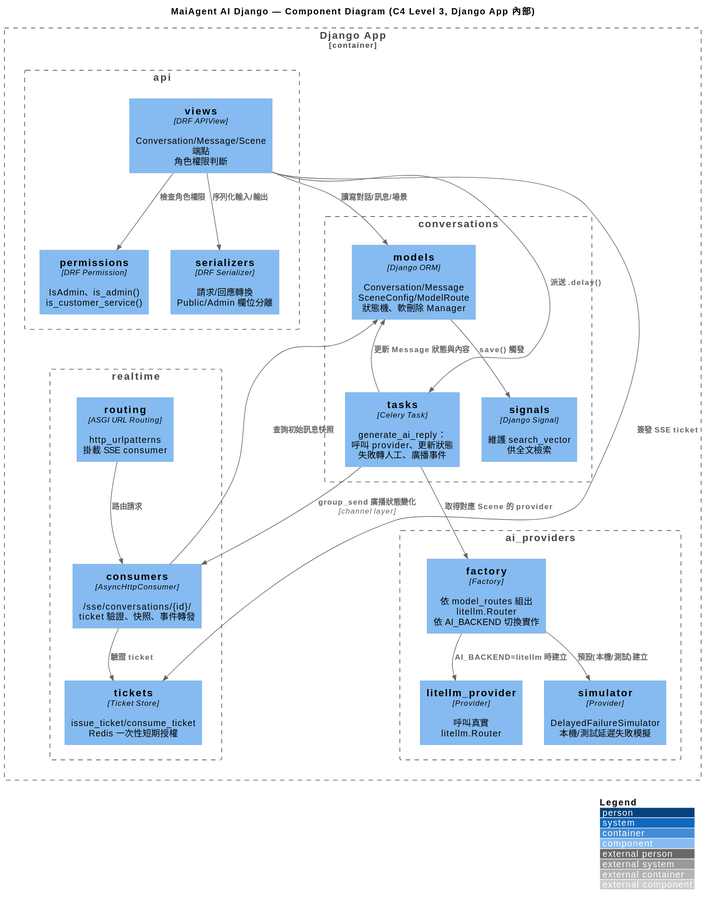
Before: docs/architecture/component.svg, a diagram exported from PlantUML (KScaesar/MaiAgent2026).
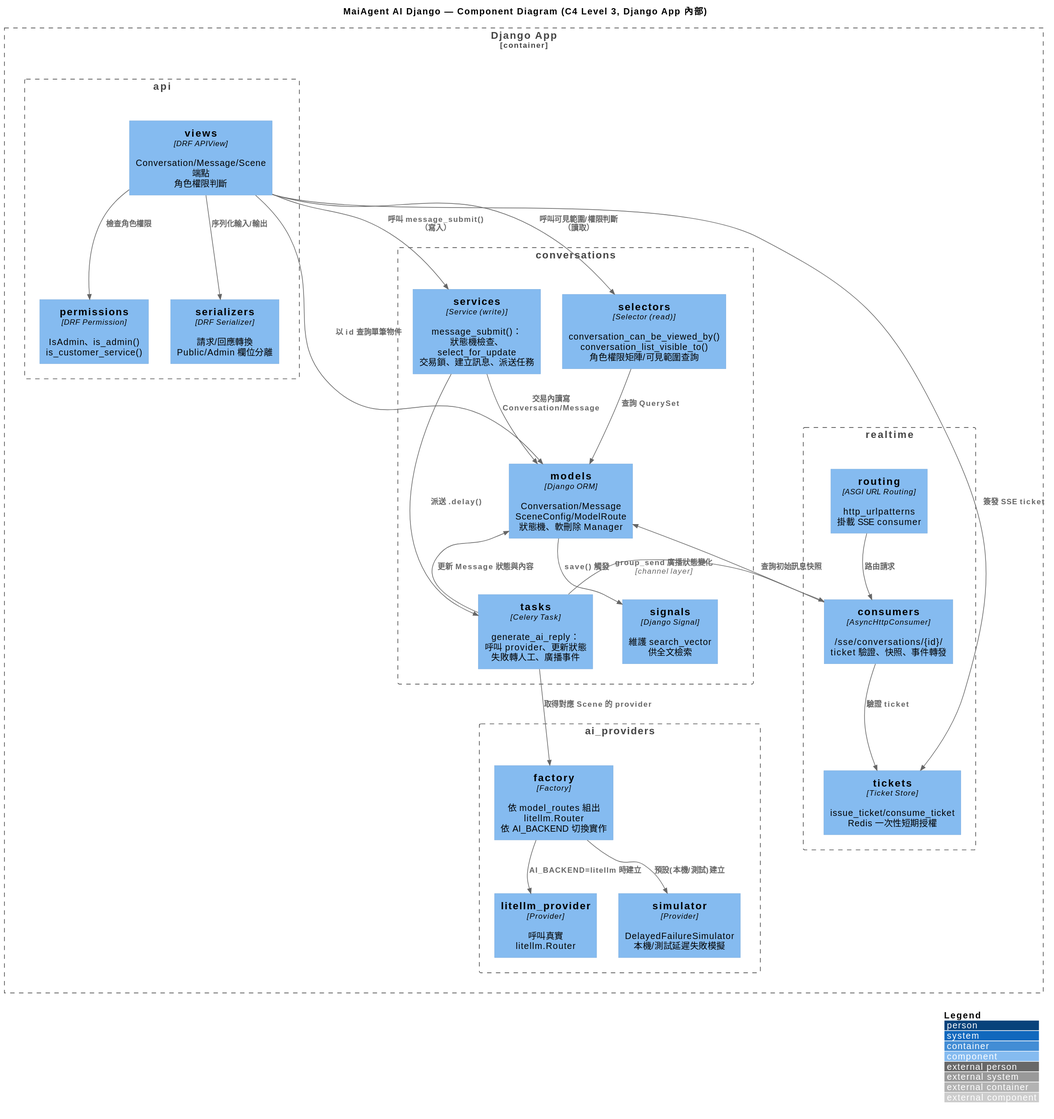
After the commit.

Commit message:
refactor(conversations): extract services/selectors per HackSoft styleguide

The edit, as a diff of the source:
```diff
@@ -15,6 +15,8 @@
     }
 
     Boundary(convPkg, "conversations") {
+        Component(convServices, "services", "Service (write)", "message_submit()：\n狀態機檢查、select_for_update\n交易鎖、建立訊息、派送任務")
+        Component(convSelectors, "selectors", "Selector (read)", "conversation_can_be_viewed_by()\nconversation_list_visible_to()\n角色權限矩陣/可見範圍查詢")
         Component(convSignals, "signals", "Django Signal", "維護 search_vector\n供全文檢索")
         Component(convModels, "models", "Django ORM", "Conversation/Message\nSceneConfig/ModelRoute\n狀態機、軟刪除 Manager")
         Component(convTasks, "tasks", "Celery Task", "generate_ai_reply：\n呼叫 provider、更新狀態\n失敗轉人工、廣播事件")
@@ -35,9 +37,14 @@
 
 Rel(apiViews, apiPerm, "檢查角色權限")
 Rel(apiViews, apiSerializers, "序列化輸入/輸出")
-Rel(apiViews, convModels, "讀寫對話/訊息/場景")
+Rel(apiViews, convServices, "呼叫 message_submit()\n（寫入）")
+Rel(apiViews, convSelectors, "呼叫可見範圍/權限判斷\n（讀取）")
+Rel(apiViews, convModels, "以 id 查詢單筆物件")
 Rel(apiViews, rtTickets, "簽發 SSE ticket")
-Rel(apiViews, convTasks, "派送 .delay()")
+
+Rel(convServices, convModels, "交易內讀寫\nConversation/Message")
+Rel(convServices, convTasks, "派送 .delay()")
+Rel(convSelectors, convModels, "查詢 QuerySet")
 
 Rel(convTasks, convModels, "更新 Message 狀態與內容")
 Rel(convTasks, providerFactory, "取得對應 Scene 的 provider")
@@ -58,6 +65,8 @@
 
 Lay_R(apiViews, apiPerm)
 Lay_R(apiPerm, apiSerializers)
+Lay_R(convServices, convSelectors)
+Lay_R(convSelectors, convModels)
 Lay_U(convModels, convSignals)
 Lay_R(convModels, convTasks)
 Lay_R(providerFactory, providerLiteLLM)
```
